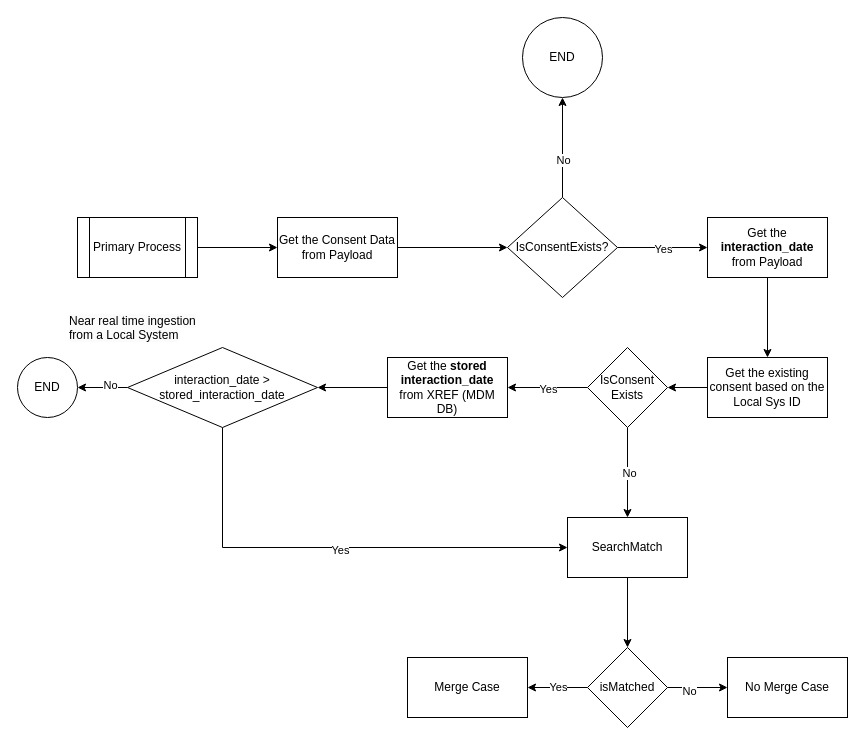
Earlier version of the draw.io diagram page "Process" (4 of 4) of TME-3.drawio (biswarup81/drawings). Source tidied: cells renumbered, new cells numbered last; positions are measured from the earlier drawing's top-left corner, leaving out a move shared by most shapes. Both pictures are drawn from the tidied source at 100%, with x=0, y=0 at pixel (17, 17).
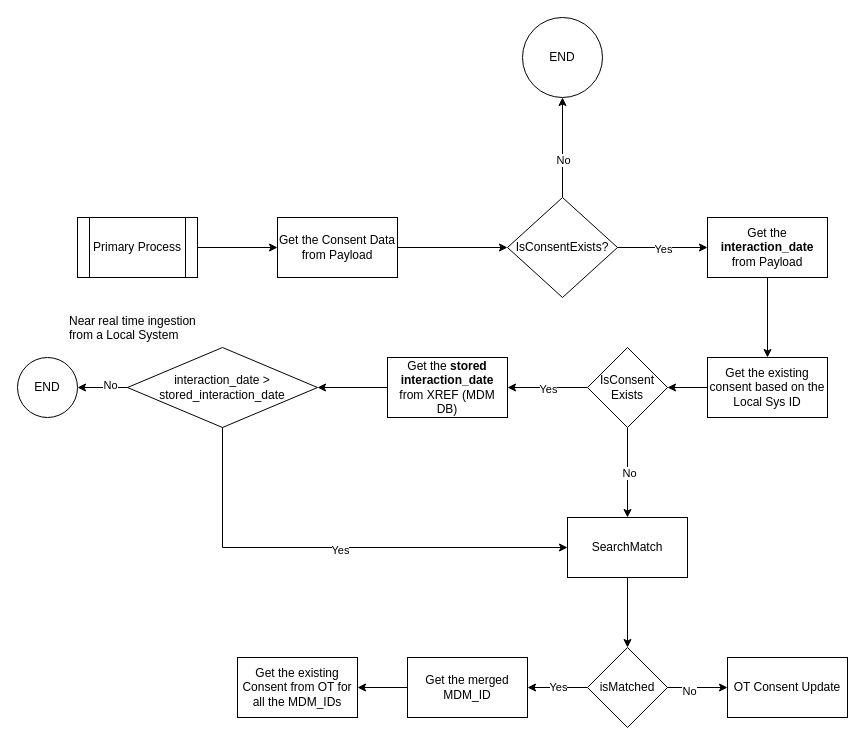
The same diagram, later.

The edit, as a diff of the source:
```diff
@@
-    <mxCell id="37" value="No Merge Case" style="whiteSpace=wrap;html=1;" parent="1" vertex="1">
+    <mxCell id="37" value="OT Consent Update" style="whiteSpace=wrap;html=1;" parent="1" vertex="1">
       <mxGeometry x="710" y="640" width="120" height="60" as="geometry" />
     </mxCell>
+    <mxCell id="39" style="edgeStyle=orthogonalEdgeStyle;rounded=0;jettySize=auto;html=1;" parent="1" edge="1" source="38" target="40">
+      <mxGeometry relative="1" as="geometry" />
+    </mxCell>
-    <mxCell id="38" value="Merge Case" style="whiteSpace=wrap;html=1;" parent="1" vertex="1">
+    <mxCell id="38" value="Get the merged MDM_ID" style="whiteSpace=wrap;html=1;" parent="1" vertex="1">
       <mxGeometry x="390" y="640" width="120" height="60" as="geometry" />
     </mxCell>
+    <mxCell id="40" value="Get the existing Consent from OT for all the MDM_IDs" style="whiteSpace=wrap;html=1;" parent="1" vertex="1">
+      <mxGeometry x="220" y="640" width="120" height="60" as="geometry" />
+    </mxCell>
```
